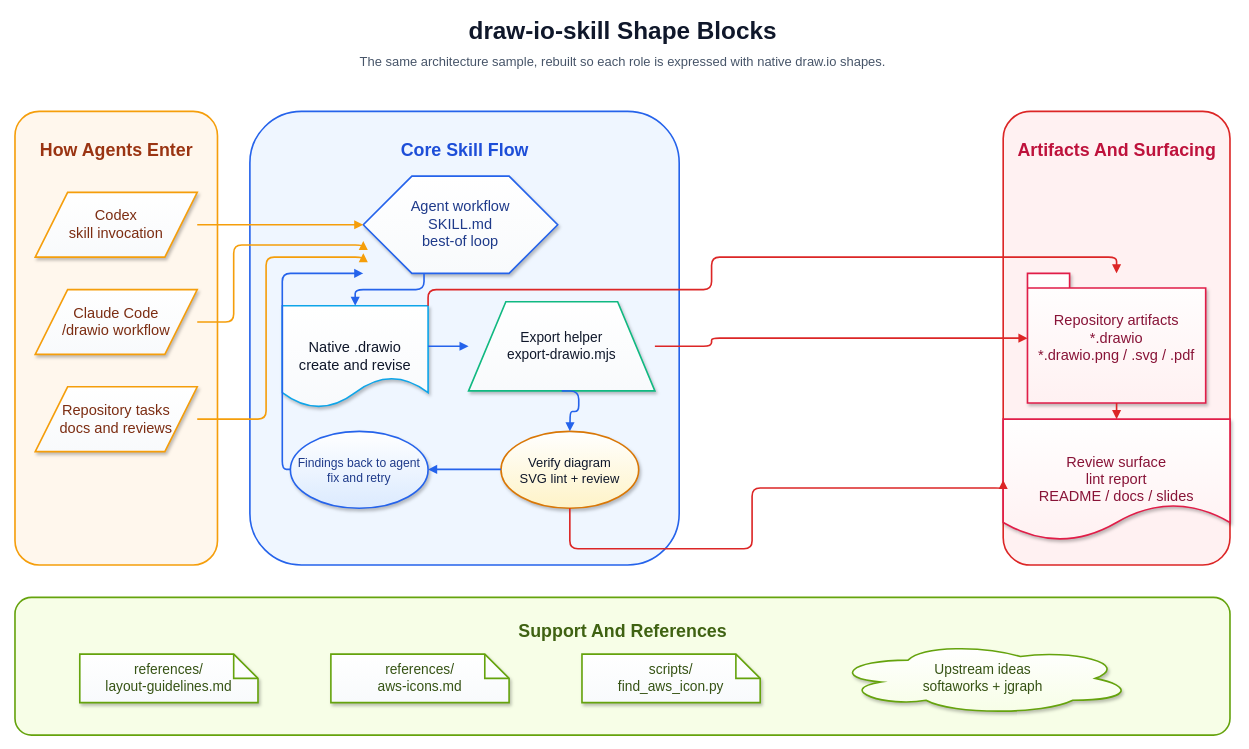
The draw.io diagram assets/draw-io-skill-structure-shapes.drawio in Sunwood-ai-labs/draw-io-skill, before the edit. Source tidied: cells renumbered, new cells numbered last; positions are measured from the earlier drawing's top-left corner, leaving out a move shared by most shapes. Both pictures are drawn from the tidied source at 81%, with x=0, y=0 at pixel (15, 14).
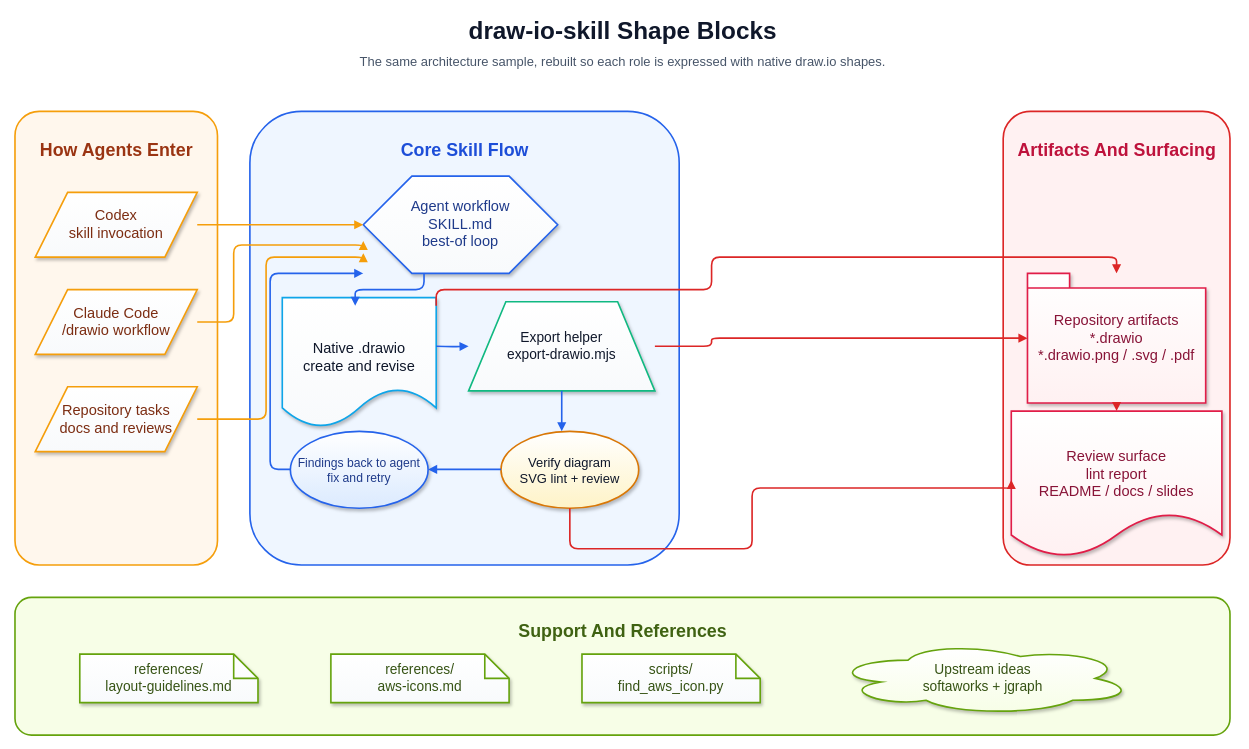
After the change.

Commit message (it also covers changes not shown here):
🛠 Detect document-shape collisions and fix structure layout

The edit, as a diff of the source:
```diff
@@
-    <mxCell id="16" value="Native .drawio&lt;br&gt;create and revise" style="shape=document;whiteSpace=wrap;html=1;fillColor=#ffffff;strokeColor=#0ea5e9;strokeWidth=2;fontSize=18;fontFamily=Noto Sans JP;fontColor=#0f172a;align=center;verticalAlign=middle;spacing=8;shadow=1;gradientColor=#f8fafc;glass=0;" parent="1" vertex="1">
-      <mxGeometry x="330" y="360" width="180" height="126" as="geometry" />
+    <mxCell id="16" value="Native .drawio&lt;br&gt;create and revise" style="shape=document;whiteSpace=wrap;html=1;fillColor=#ffffff;strokeColor=#0ea5e9;strokeWidth=2;fontSize=18;fontFamily=Noto Sans JP;fontColor=#0f172a;align=center;verticalAlign=middle;spacing=8;spacingBottom=12;shadow=1;gradientColor=#f8fafc;glass=0;" parent="1" vertex="1">
+      <mxGeometry x="330" y="350" width="190" height="160" as="geometry" />
     </mxCell>
@@
-    <mxCell id="25" value="Review surface&lt;br&gt;lint report&lt;br&gt;README / docs / slides" style="shape=document;whiteSpace=wrap;html=1;fillColor=#ffffff;strokeColor=#e11d48;strokeWidth=2;fontSize=18;fontFamily=Noto Sans JP;fontColor=#881337;align=center;verticalAlign=middle;spacing=8;shadow=1;gradientColor=#fff1f2;glass=0;" parent="1" vertex="1">
-      <mxGeometry x="1220" y="500" width="280" height="150" as="geometry" />
+    <mxCell id="25" value="Review surface&lt;br&gt;lint report&lt;br&gt;README / docs / slides" style="shape=document;whiteSpace=wrap;html=1;fillColor=#ffffff;strokeColor=#e11d48;strokeWidth=2;fontSize=18;fontFamily=Noto Sans JP;fontColor=#881337;align=center;verticalAlign=middle;spacing=8;spacingBottom=24;shadow=1;gradientColor=#fff1f2;glass=0;" parent="1" vertex="1">
+      <mxGeometry x="1230" y="490" width="260" height="180" as="geometry" />
     </mxCell>
@@
     <mxCell id="30" style="edgeStyle=orthogonalEdgeStyle;rounded=1;orthogonalLoop=1;jettySize=auto;html=1;endArrow=block;endFill=1;strokeWidth=2;strokeColor=#2563eb;" parent="1" edge="1">
       <mxGeometry relative="1" as="geometry">
-        <mxPoint x="510" y="410" as="sourcePoint" />
+        <mxPoint x="520" y="410" as="sourcePoint" />
         <mxPoint x="560" y="410" as="targetPoint" />
       </mxGeometry>
     </mxCell>
     <mxCell id="31" style="edgeStyle=orthogonalEdgeStyle;rounded=1;orthogonalLoop=1;jettySize=auto;html=1;endArrow=block;endFill=1;strokeWidth=2;strokeColor=#2563eb;" parent="1" edge="1">
       <mxGeometry relative="1" as="geometry">
         <mxPoint x="340" y="562" as="sourcePoint" />
         <mxPoint x="430" y="320" as="targetPoint" />
         <Array as="points">
-          <mxPoint x="330" y="562" />
-          <mxPoint x="330" y="320" />
+          <mxPoint x="315" y="562" />
+          <mxPoint x="315" y="320" />
           <mxPoint x="430" y="320" />
         </Array>
       </mxGeometry>
     </mxCell>
     <mxCell id="32" style="edgeStyle=orthogonalEdgeStyle;rounded=1;orthogonalLoop=1;jettySize=auto;html=1;endArrow=block;endFill=1;strokeWidth=2;strokeColor=#2563eb;" parent="1" edge="1">
       <mxGeometry relative="1" as="geometry">
         <mxPoint x="675" y="465" as="sourcePoint" />
-        <mxPoint x="685" y="515" as="targetPoint" />
+        <mxPoint x="675" y="515" as="targetPoint" />
       </mxGeometry>
     </mxCell>
@@
     <mxCell id="34" style="edgeStyle=orthogonalEdgeStyle;rounded=1;orthogonalLoop=1;jettySize=auto;html=1;endArrow=block;endFill=1;strokeWidth=2;strokeColor=#dc2626;" parent="1" edge="1">
       <mxGeometry relative="1" as="geometry">
-        <mxPoint x="510" y="360" as="sourcePoint" />
+        <mxPoint x="520" y="360" as="sourcePoint" />
         <mxPoint x="1360" y="320" as="targetPoint" />
         <Array as="points">
-          <mxPoint x="510" y="340" />
+          <mxPoint x="520" y="340" />
           <mxPoint x="860" y="340" />
           <mxPoint x="860" y="300" />
           <mxPoint x="1360" y="300" />
         </Array>
       </mxGeometry>
     </mxCell>
@@
     <mxCell id="36" style="edgeStyle=orthogonalEdgeStyle;rounded=1;orthogonalLoop=1;jettySize=auto;html=1;endArrow=block;endFill=1;strokeWidth=2;strokeColor=#dc2626;" parent="1" edge="1">
       <mxGeometry relative="1" as="geometry">
         <mxPoint x="685" y="610" as="sourcePoint" />
-        <mxPoint x="1220" y="575" as="targetPoint" />
+        <mxPoint x="1230" y="575" as="targetPoint" />
         <Array as="points">
           <mxPoint x="685" y="660" />
           <mxPoint x="910" y="660" />
           <mxPoint x="910" y="585" />
         </Array>
       </mxGeometry>
     </mxCell>
     <mxCell id="37" style="edgeStyle=orthogonalEdgeStyle;rounded=1;orthogonalLoop=1;jettySize=auto;html=1;endArrow=block;endFill=1;strokeWidth=2;strokeColor=#dc2626;" parent="1" edge="1">
       <mxGeometry relative="1" as="geometry">
         <mxPoint x="1360" y="480" as="sourcePoint" />
-        <mxPoint x="1360" y="500" as="targetPoint" />
+        <mxPoint x="1360" y="490" as="targetPoint" />
       </mxGeometry>
     </mxCell>
```
